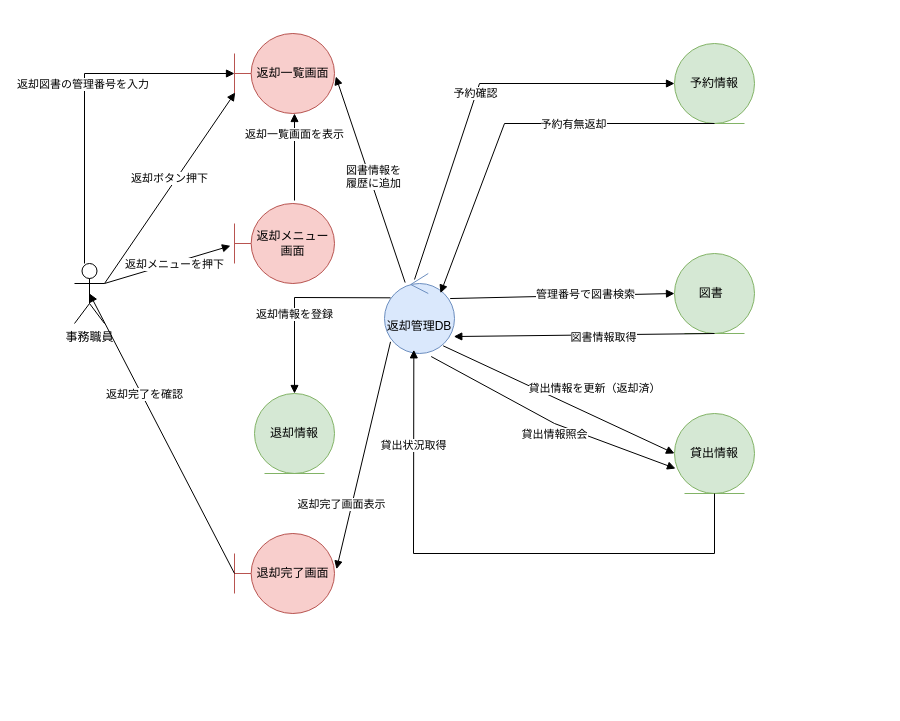
Earlier version of the draw.io diagram kouka2/analysys_return.drawio (FujikawaHirono0520/group3_1_dogdog). Source tidied: cells renumbered, new cells numbered last; positions are measured from the earlier drawing's top-left corner, leaving out a move shared by most shapes. Both pictures are drawn from the tidied source at 100%, with x=0, y=0 at pixel (74, 33).
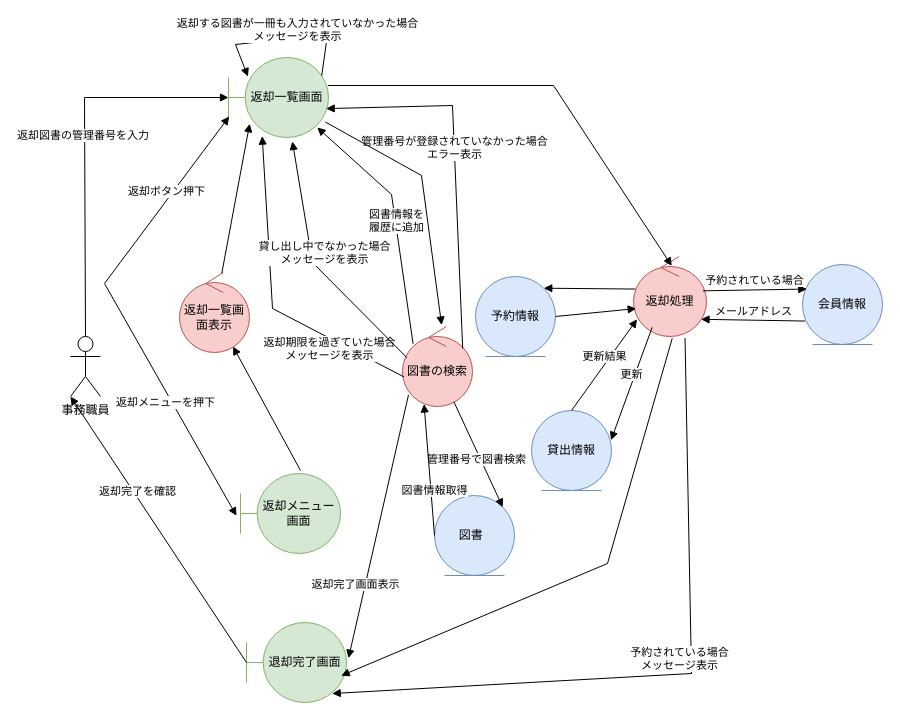
Above is the later version.

What changed in the source:
```diff
@@
     <mxCell id="2" value="事務職員" style="shape=umlActor;verticalLabelPosition=bottom;verticalAlign=top;html=1;" parent="1" vertex="1">
-      <mxGeometry y="230" width="30" height="60" as="geometry" />
+      <mxGeometry x="-4" y="303" width="30" height="60" as="geometry" />
     </mxCell>
-    <mxCell id="3" value="返却メニュー画面" style="shape=umlBoundary;whiteSpace=wrap;html=1;fillColor=#f8cecc;strokeColor=#b85450;" parent="1" vertex="1">
-      <mxGeometry x="160" y="170" width="100" height="80" as="geometry" />
+    <mxCell id="3" value="返却メニュー画面" style="shape=umlBoundary;whiteSpace=wrap;html=1;fillColor=#d5e8d4;strokeColor=#82b366;" parent="1" vertex="1">
+      <mxGeometry x="166" y="440" width="100" height="80" as="geometry" />
     </mxCell>
-    <mxCell id="4" value="退却完了画面" style="shape=umlBoundary;whiteSpace=wrap;html=1;fillColor=#f8cecc;strokeColor=#b85450;" parent="1" vertex="1">
-      <mxGeometry x="160" y="500" width="100" height="80" as="geometry" />
+    <mxCell id="4" value="退却完了画面" style="shape=umlBoundary;whiteSpace=wrap;html=1;fillColor=#d5e8d4;strokeColor=#82b366;" parent="1" vertex="1">
+      <mxGeometry x="172" y="589" width="100" height="80" as="geometry" />
     </mxCell>
-    <mxCell id="5" value="返却一覧画面" style="shape=umlBoundary;whiteSpace=wrap;html=1;fillColor=#f8cecc;strokeColor=#b85450;" parent="1" vertex="1">
-      <mxGeometry x="160" width="100" height="80" as="geometry" />
+    <mxCell id="5" value="返却一覧画面" style="shape=umlBoundary;whiteSpace=wrap;html=1;fillColor=#d5e8d4;strokeColor=#82b366;" parent="1" vertex="1">
+      <mxGeometry x="154" y="24" width="100" height="80" as="geometry" />
     </mxCell>
-    <mxCell id="6" value="&lt;div&gt;&lt;br&gt;&lt;/div&gt;&lt;div&gt;返却管理DB&lt;/div&gt;" style="ellipse;shape=umlControl;whiteSpace=wrap;html=1;fillColor=#dae8fc;strokeColor=#6c8ebf;" parent="1" vertex="1">
-      <mxGeometry x="310" y="240" width="70" height="80" as="geometry" />
+    <mxCell id="6" value="図書の検索" style="ellipse;shape=umlControl;whiteSpace=wrap;html=1;fillColor=#f8cecc;strokeColor=#b85450;" parent="1" vertex="1">
+      <mxGeometry x="328" y="293" width="70" height="80" as="geometry" />
     </mxCell>
-    <mxCell id="7" value="退却情報" style="ellipse;shape=umlEntity;whiteSpace=wrap;html=1;fillColor=#d5e8d4;strokeColor=#82b366;" parent="1" vertex="1">
-      <mxGeometry x="180" y="360" width="80" height="80" as="geometry" />
-    </mxCell>
-    <mxCell id="8" value="予約情報" style="ellipse;shape=umlEntity;whiteSpace=wrap;html=1;fillColor=#d5e8d4;strokeColor=#82b366;" parent="1" vertex="1">
-      <mxGeometry x="600" y="10" width="80" height="80" as="geometry" />
-    </mxCell>
-    <mxCell id="9" value="図書&amp;nbsp;&amp;nbsp;" style="ellipse;shape=umlEntity;whiteSpace=wrap;html=1;fillColor=#d5e8d4;strokeColor=#82b366;" parent="1" vertex="1">
-      <mxGeometry x="600" y="220" width="80" height="80" as="geometry" />
+    <mxCell id="9" value="図書&amp;nbsp;&amp;nbsp;" style="ellipse;shape=umlEntity;whiteSpace=wrap;html=1;fillColor=#dae8fc;strokeColor=#6c8ebf;" parent="1" vertex="1">
+      <mxGeometry x="360" y="462" width="80" height="80" as="geometry" />
     </mxCell>
-    <mxCell id="10" value="貸出情報" style="ellipse;shape=umlEntity;whiteSpace=wrap;html=1;fillColor=#d5e8d4;strokeColor=#82b366;" parent="1" vertex="1">
-      <mxGeometry x="600" y="380" width="80" height="80" as="geometry" />
+    <mxCell id="10" value="貸出情報" style="ellipse;shape=umlEntity;whiteSpace=wrap;html=1;fillColor=#dae8fc;strokeColor=#6c8ebf;" parent="1" vertex="1">
+      <mxGeometry x="457" y="377" width="80" height="80" as="geometry" />
     </mxCell>
-    <mxCell id="11" value="返却図書の管理番号を入力&amp;nbsp;" style="html=1;verticalAlign=bottom;endArrow=block;curved=0;rounded=0;entryX=0;entryY=0.5;entryDx=0;entryDy=0;entryPerimeter=0;" parent="1" edge="1" target="5">
+    <mxCell id="11" value="返却図書の管理番号を入力&amp;nbsp;" style="html=1;verticalAlign=bottom;endArrow=block;curved=0;rounded=0;entryX=0;entryY=0.5;entryDx=0;entryDy=0;entryPerimeter=0;exitX=0.5;exitY=0;exitDx=0;exitDy=0;exitPerimeter=0;" parent="1" edge="1" source="2" target="5">
       <mxGeometry relative="1" as="geometry">
-        <mxPoint x="10" y="230" as="sourcePoint" />
         <Array as="points">
-          <mxPoint x="10" y="40" />
+          <mxPoint x="10" y="64" />
         </Array>
       </mxGeometry>
     </mxCell>
@@
-    <mxCell id="14" value="返却完了を確認" style="html=1;verticalAlign=bottom;endArrow=block;curved=0;rounded=0;entryX=0.5;entryY=0.5;entryDx=0;entryDy=0;entryPerimeter=0;exitX=0;exitY=0.5;exitDx=0;exitDy=0;exitPerimeter=0;" parent="1" edge="1" source="4" target="2">
+    <mxCell id="14" value="返却完了を確認" style="html=1;verticalAlign=bottom;endArrow=block;curved=0;rounded=0;entryX=0;entryY=1;entryDx=0;entryDy=0;entryPerimeter=0;exitX=0;exitY=0.5;exitDx=0;exitDy=0;exitPerimeter=0;" parent="1" edge="1" source="4" target="2">
       <mxGeometry x="0.22" y="2" relative="1" as="geometry" />
     </mxCell>
-    <mxCell id="15" value="返却一覧画面を表示" style="html=1;verticalAlign=bottom;endArrow=block;curved=0;rounded=0;exitX=0.6;exitY=-0.037;exitDx=0;exitDy=0;exitPerimeter=0;" parent="1" edge="1" source="3">
-      <mxGeometry x="0.31" relative="1" as="geometry">
-        <mxPoint x="220" y="80" as="targetPoint" />
-      </mxGeometry>
-    </mxCell>
@@
-    <mxCell id="17" value="予約確認" style="html=1;verticalAlign=bottom;endArrow=block;curved=0;rounded=0;entryX=0;entryY=0.5;entryDx=0;entryDy=0;exitX=0.429;exitY=0.075;exitDx=0;exitDy=0;exitPerimeter=0;" parent="1" edge="1" source="6" target="8">
-      <mxGeometry x="-0.07" y="-2" relative="1" as="geometry">
-        <Array as="points">
-          <mxPoint x="405" y="50" />
-        </Array>
-      </mxGeometry>
-    </mxCell>
-    <mxCell id="18" value="管理番号で図書検索" style="html=1;verticalAlign=bottom;endArrow=block;curved=0;rounded=0;exitX=0.938;exitY=0.313;exitDx=0;exitDy=0;exitPerimeter=0;entryX=0;entryY=0.5;entryDx=0;entryDy=0;" parent="1" edge="1" source="6" target="9">
+    <mxCell id="18" value="管理番号で図書検索" style="html=1;verticalAlign=bottom;endArrow=block;curved=0;rounded=0;entryX=1;entryY=0;entryDx=0;entryDy=0;" parent="1" edge="1" source="6" target="9">
       <mxGeometry x="0.2" y="-8" relative="1" as="geometry" />
     </mxCell>
-    <mxCell id="19" value="貸出情報を更新（返却済）" style="html=1;verticalAlign=bottom;endArrow=block;curved=0;rounded=0;exitX=0.838;exitY=0.904;exitDx=0;exitDy=0;exitPerimeter=0;entryX=0;entryY=0.5;entryDx=0;entryDy=0;" parent="1" edge="1" source="6" target="10">
-      <mxGeometry x="0.25" y="17" relative="1" as="geometry" />
-    </mxCell>
-    <mxCell id="20" value="貸出情報照会" style="html=1;verticalAlign=bottom;endArrow=block;curved=0;rounded=0;exitX=0.667;exitY=1.038;exitDx=0;exitDy=0;exitPerimeter=0;entryX=0.013;entryY=0.688;entryDx=0;entryDy=0;entryPerimeter=0;" parent="1" edge="1" source="6" target="10">
-      <mxGeometry x="0.09" y="-19" relative="1" as="geometry">
-        <Array as="points">
-          <mxPoint x="480" y="390" />
-        </Array>
-      </mxGeometry>
-    </mxCell>
-    <mxCell id="21" value="予約有無返却" style="html=1;verticalAlign=bottom;endArrow=block;curved=0;rounded=0;exitX=0.5;exitY=1;exitDx=0;exitDy=0;entryX=0.8;entryY=0.246;entryDx=0;entryDy=0;entryPerimeter=0;" parent="1" edge="1" source="8" target="6">
-      <mxGeometry x="-0.28" y="10" relative="1" as="geometry">
-        <Array as="points">
-          <mxPoint x="430" y="90" />
-        </Array>
-      </mxGeometry>
-    </mxCell>
-    <mxCell id="22" value="図書情報取得" style="html=1;verticalAlign=bottom;endArrow=block;curved=0;rounded=0;exitX=0.5;exitY=1;exitDx=0;exitDy=0;entryX=0.99;entryY=0.788;entryDx=0;entryDy=0;entryPerimeter=0;" parent="1" edge="1" source="9" target="6">
-      <mxGeometry x="-0.15" y="12" relative="1" as="geometry" />
+    <mxCell id="22" value="図書情報取得" style="html=1;verticalAlign=bottom;endArrow=block;curved=0;rounded=0;entryX=0.308;entryY=0.969;entryDx=0;entryDy=0;entryPerimeter=0;exitX=0;exitY=0.5;exitDx=0;exitDy=0;" parent="1" edge="1" source="9" target="6">
+      <mxGeometry x="-0.46" y="-3" relative="1" as="geometry" />
     </mxCell>
-    <mxCell id="23" value="貸出状況取得" style="html=1;verticalAlign=bottom;endArrow=block;curved=0;rounded=0;exitX=0.5;exitY=1;exitDx=0;exitDy=0;entryX=0.419;entryY=0.954;entryDx=0;entryDy=0;entryPerimeter=0;" parent="1" edge="1" source="10" target="6">
-      <mxGeometry x="0.63" relative="1" as="geometry">
-        <Array as="points">
-          <mxPoint x="640" y="520" />
-          <mxPoint x="339" y="520" />
-        </Array>
-      </mxGeometry>
-    </mxCell>
-    <mxCell id="24" value="図書情報を&lt;div&gt;履歴に追加&lt;/div&gt;" style="html=1;verticalAlign=bottom;endArrow=block;curved=0;rounded=0;entryX=1.013;entryY=0.538;entryDx=0;entryDy=0;entryPerimeter=0;exitX=0.295;exitY=0.113;exitDx=0;exitDy=0;exitPerimeter=0;" parent="1" edge="1" source="6" target="5">
-      <mxGeometry x="-0.13" y="1" relative="1" as="geometry" />
+    <mxCell id="24" value="図書情報を&lt;div&gt;履歴に追加&lt;/div&gt;" style="html=1;verticalAlign=bottom;endArrow=block;curved=0;rounded=0;entryX=0.888;entryY=0.883;entryDx=0;entryDy=0;entryPerimeter=0;exitX=0.152;exitY=0.226;exitDx=0;exitDy=0;exitPerimeter=0;" parent="1" edge="1">
+      <mxGeometry x="-0.13" y="1" relative="1" as="geometry">
+        <mxPoint x="338.6" y="310.4" as="sourcePoint" />
+        <mxPoint x="242.8" y="94" as="targetPoint" />
+        <Array as="points">
+          <mxPoint x="317" y="161" />
+        </Array>
+      </mxGeometry>
     </mxCell>
-    <mxCell id="25" value="返却情報を登録" style="html=1;verticalAlign=bottom;endArrow=block;curved=0;rounded=0;entryX=0.5;entryY=0;entryDx=0;entryDy=0;exitX=0.086;exitY=0.304;exitDx=0;exitDy=0;exitPerimeter=0;" parent="1" edge="1" source="6" target="7">
-      <mxGeometry x="0.27" relative="1" as="geometry">
-        <Array as="points">
-          <mxPoint x="220" y="264" />
-        </Array>
-      </mxGeometry>
-    </mxCell>
+    <mxCell id="26" style="html=1;verticalAlign=bottom;endArrow=block;curved=0;rounded=0;exitX=0.6;exitY=-0.037;exitDx=0;exitDy=0;exitPerimeter=0;" parent="1" edge="1" source="3" target="27">
+      <mxGeometry x="0.31" relative="1" as="geometry" />
+    </mxCell>
+    <mxCell id="27" value="返却一覧画面表示" style="ellipse;shape=umlControl;whiteSpace=wrap;html=1;fillColor=#f8cecc;strokeColor=#b85450;" parent="1" vertex="1">
+      <mxGeometry x="105" y="239" width="70" height="80" as="geometry" />
+    </mxCell>
+    <mxCell id="28" style="html=1;verticalAlign=bottom;endArrow=block;curved=0;rounded=0;entryX=0.212;entryY=0.828;entryDx=0;entryDy=0;entryPerimeter=0;" parent="1" edge="1" source="27" target="5">
+      <mxGeometry relative="1" as="geometry" />
+    </mxCell>
+    <mxCell id="29" value="返却処理" style="ellipse;shape=umlControl;whiteSpace=wrap;html=1;fillColor=#f8cecc;strokeColor=#b85450;" parent="1" vertex="1">
+      <mxGeometry x="559" y="223" width="73" height="80" as="geometry" />
+    </mxCell>
+    <mxCell id="30" style="html=1;verticalAlign=bottom;endArrow=block;curved=0;rounded=0;exitX=0.994;exitY=0.35;exitDx=0;exitDy=0;exitPerimeter=0;entryX=0.524;entryY=0.117;entryDx=0;entryDy=0;entryPerimeter=0;" parent="1" edge="1" source="5" target="29">
+      <mxGeometry relative="1" as="geometry">
+        <Array as="points">
+          <mxPoint x="479" y="52" />
+        </Array>
+      </mxGeometry>
+    </mxCell>
+    <mxCell id="31" value="更新" style="html=1;verticalAlign=bottom;endArrow=block;curved=0;rounded=0;exitX=0.256;exitY=0.885;exitDx=0;exitDy=0;exitPerimeter=0;entryX=0.994;entryY=0.371;entryDx=0;entryDy=0;entryPerimeter=0;" parent="1" edge="1" source="29" target="10">
+      <mxGeometry relative="1" as="geometry" />
+    </mxCell>
+    <mxCell id="32" value="更新結果" style="html=1;verticalAlign=bottom;endArrow=block;curved=0;rounded=0;exitX=0.5;exitY=0;exitDx=0;exitDy=0;entryX=0.049;entryY=0.785;entryDx=0;entryDy=0;entryPerimeter=0;" parent="1" edge="1" source="10" target="29">
+      <mxGeometry relative="1" as="geometry" />
+    </mxCell>
+    <mxCell id="33" style="html=1;verticalAlign=bottom;endArrow=block;curved=0;rounded=0;entryX=0.947;entryY=0.665;entryDx=0;entryDy=0;entryPerimeter=0;exitX=0.531;exitY=1.022;exitDx=0;exitDy=0;exitPerimeter=0;" parent="1" edge="1" source="29" target="4">
+      <mxGeometry relative="1" as="geometry">
+        <Array as="points">
+          <mxPoint x="533" y="530" />
+        </Array>
+      </mxGeometry>
+    </mxCell>
+    <mxCell id="34" value="管理番号が登録されていなかった場合&lt;div&gt;エラー表示&lt;/div&gt;" style="html=1;verticalAlign=bottom;endArrow=block;curved=0;rounded=0;exitX=0.86;exitY=0.275;exitDx=0;exitDy=0;exitPerimeter=0;entryX=0.977;entryY=0.639;entryDx=0;entryDy=0;entryPerimeter=0;" parent="1" edge="1" source="6" target="5">
+      <mxGeometry relative="1" as="geometry">
+        <Array as="points">
+          <mxPoint x="378" y="72" />
+        </Array>
+      </mxGeometry>
+    </mxCell>
+    <mxCell id="35" style="html=1;verticalAlign=bottom;endArrow=block;curved=0;rounded=0;exitX=0.968;exitY=0.806;exitDx=0;exitDy=0;exitPerimeter=0;entryX=0.559;entryY=-0.018;entryDx=0;entryDy=0;entryPerimeter=0;" parent="1" edge="1" source="5" target="6">
+      <mxGeometry relative="1" as="geometry">
+        <Array as="points">
+          <mxPoint x="347" y="142" />
+        </Array>
+      </mxGeometry>
+    </mxCell>
+    <mxCell id="36" value="返却期限を過ぎていた場合&lt;div&gt;メッセージを表示&lt;/div&gt;" style="html=1;verticalAlign=bottom;endArrow=block;curved=0;rounded=0;entryX=0.337;entryY=0.983;entryDx=0;entryDy=0;entryPerimeter=0;exitX=0.022;exitY=0.631;exitDx=0;exitDy=0;exitPerimeter=0;" parent="1" edge="1" source="6" target="5">
+      <mxGeometry x="-0.55" y="23" relative="1" as="geometry">
+        <Array as="points">
+          <mxPoint x="198" y="275" />
+        </Array>
+      </mxGeometry>
+    </mxCell>
+    <mxCell id="37" value="貸し出し中でなかった場合&lt;div&gt;メッセージを表示&lt;/div&gt;" style="html=1;verticalAlign=bottom;endArrow=block;curved=0;rounded=0;entryX=0.639;entryY=1.05;entryDx=0;entryDy=0;entryPerimeter=0;exitX=0.062;exitY=0.389;exitDx=0;exitDy=0;exitPerimeter=0;" parent="1" edge="1" source="6" target="5">
+      <mxGeometry x="-0.06" y="-4" relative="1" as="geometry">
+        <Array as="points">
+          <mxPoint x="238" y="229" />
+        </Array>
+      </mxGeometry>
+    </mxCell>
+    <mxCell id="38" value="返却する図書が一冊も入力されていなかった場合&lt;div&gt;メッセージを表示&lt;/div&gt;" style="html=1;verticalAlign=bottom;endArrow=block;curved=0;rounded=0;exitX=0.932;exitY=0.228;exitDx=0;exitDy=0;exitPerimeter=0;entryX=0.194;entryY=0.239;entryDx=0;entryDy=0;entryPerimeter=0;" parent="1" edge="1" source="5" target="5">
+      <mxGeometry x="-0.13" y="8" relative="1" as="geometry">
+        <Array as="points">
+          <mxPoint x="253" y="1" />
+          <mxPoint x="161" y="11" />
+        </Array>
+      </mxGeometry>
+    </mxCell>
+    <mxCell id="8" value="予約情報" style="ellipse;shape=umlEntity;whiteSpace=wrap;html=1;fillColor=#dae8fc;strokeColor=#6c8ebf;" parent="1" vertex="1">
+      <mxGeometry x="401" y="243" width="80" height="80" as="geometry" />
+    </mxCell>
+    <mxCell id="39" style="html=1;verticalAlign=bottom;endArrow=block;curved=0;rounded=0;exitX=0.024;exitY=0.407;exitDx=0;exitDy=0;exitPerimeter=0;entryX=1;entryY=0;entryDx=0;entryDy=0;" parent="1" edge="1" source="29" target="8">
+      <mxGeometry x="0.03" relative="1" as="geometry" />
+    </mxCell>
+    <mxCell id="40" style="html=1;verticalAlign=bottom;endArrow=block;curved=0;rounded=0;exitX=1;exitY=0.5;exitDx=0;exitDy=0;entryX=0.037;entryY=0.651;entryDx=0;entryDy=0;entryPerimeter=0;" parent="1" edge="1" source="8" target="29">
+      <mxGeometry relative="1" as="geometry" />
+    </mxCell>
+    <mxCell id="41" value="会員情報" style="ellipse;shape=umlEntity;whiteSpace=wrap;html=1;fillColor=#dae8fc;strokeColor=#6c8ebf;" parent="1" vertex="1">
+      <mxGeometry x="728" y="231" width="80" height="80" as="geometry" />
+    </mxCell>
+    <mxCell id="42" value="予約されている場合" style="html=1;verticalAlign=bottom;endArrow=block;curved=0;rounded=0;exitX=0.95;exitY=0.429;exitDx=0;exitDy=0;exitPerimeter=0;entryX=0.054;entryY=0.307;entryDx=0;entryDy=0;entryPerimeter=0;" parent="1" edge="1" source="29" target="41">
+      <mxGeometry relative="1" as="geometry" />
+    </mxCell>
+    <mxCell id="43" value="メールアドレス" style="html=1;verticalAlign=bottom;endArrow=block;curved=0;rounded=0;exitX=0.032;exitY=0.707;exitDx=0;exitDy=0;exitPerimeter=0;entryX=0.925;entryY=0.785;entryDx=0;entryDy=0;entryPerimeter=0;" parent="1" edge="1" source="41" target="29">
+      <mxGeometry relative="1" as="geometry" />
+    </mxCell>
+    <mxCell id="44" value="予約されている場合&lt;div&gt;メッセージ表示&lt;/div&gt;" style="html=1;verticalAlign=bottom;endArrow=block;curved=0;rounded=0;exitX=0.706;exitY=1.018;exitDx=0;exitDy=0;exitPerimeter=0;entryX=0.857;entryY=0.888;entryDx=0;entryDy=0;entryPerimeter=0;" parent="1" edge="1" source="29" target="4">
+      <mxGeometry relative="1" as="geometry">
+        <Array as="points">
+          <mxPoint x="617" y="640" />
+        </Array>
+      </mxGeometry>
+    </mxCell>
```
